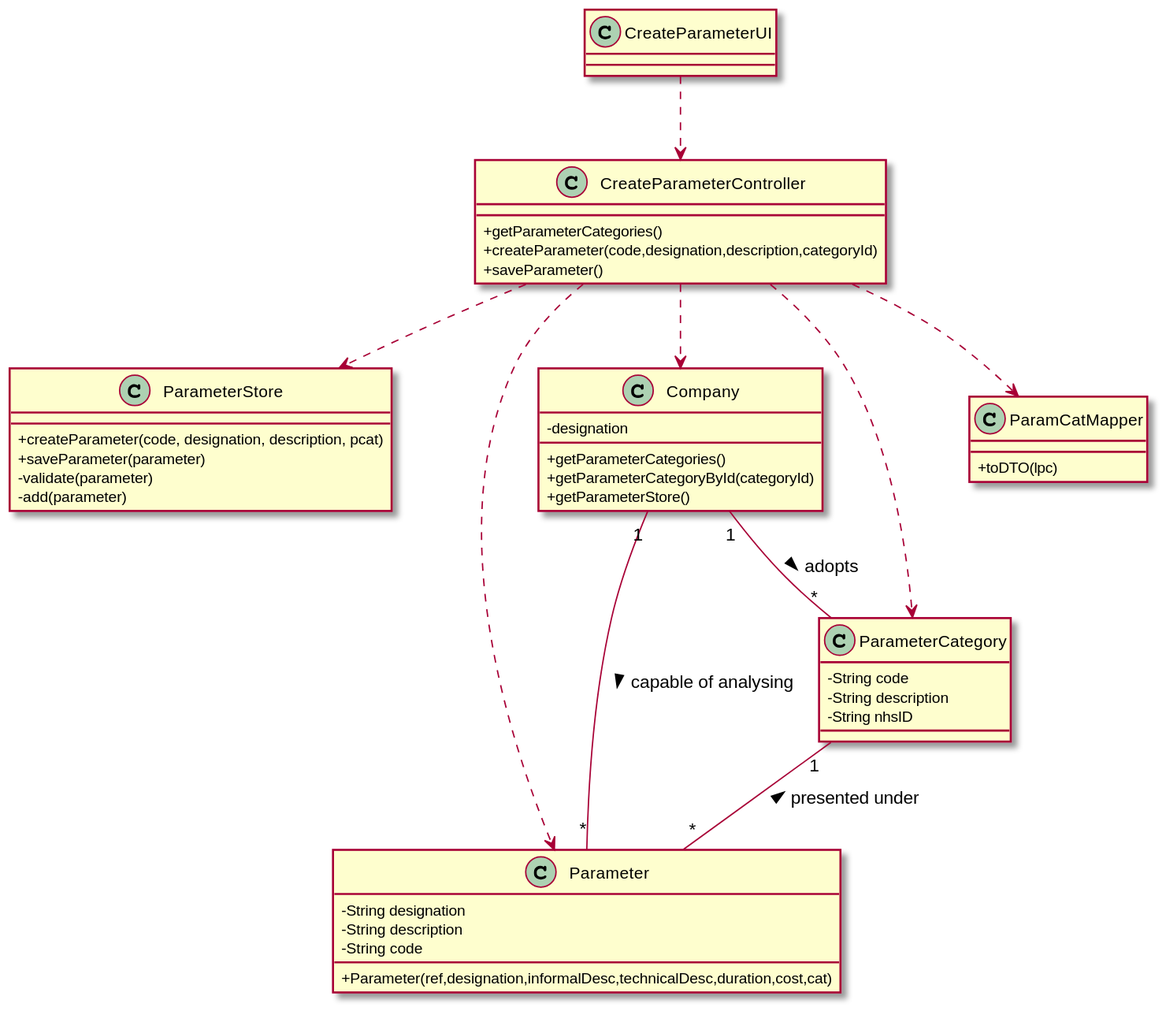
Before: docs/SprintB/US10/US10-CD.svg, a diagram exported from PlantUML (0franciscor/lei-21-s2-1de-g19).
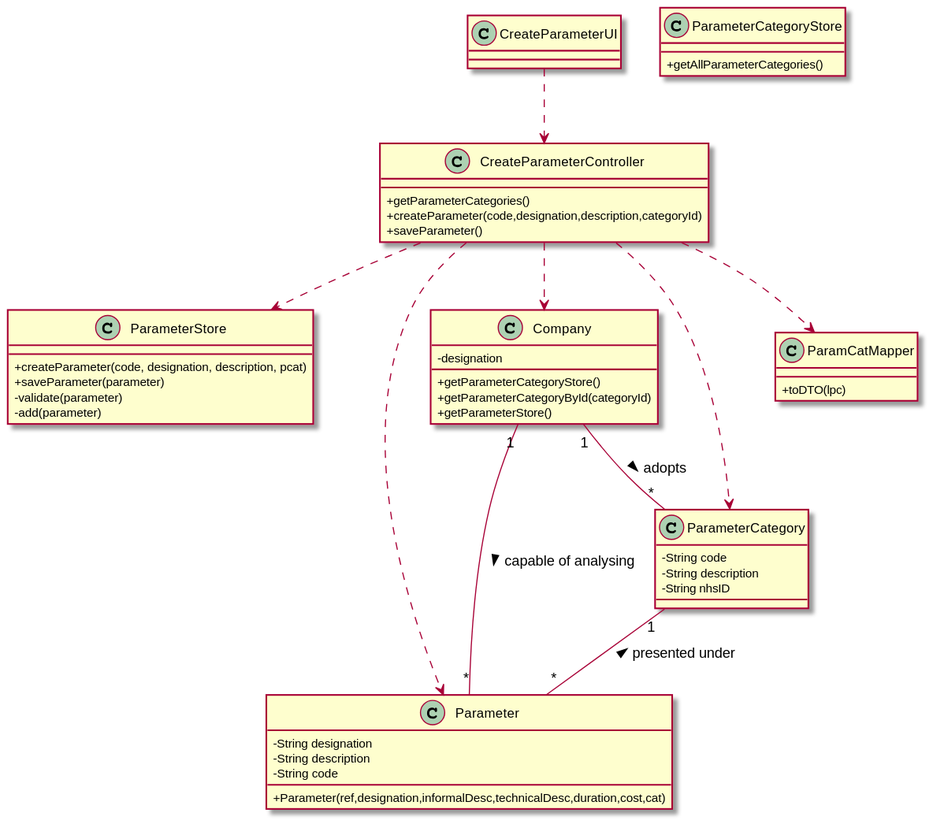
Later version of the same file.

The edit, as a diff of the source:
```diff
@@ -7,6 +7,10 @@
   +saveParameter(parameter)
   -validate(parameter)
   -add(parameter)
+}
+
+class ParameterCategoryStore{
+  +getAllParameterCategories()
 }
 
 
@@ -19,7 +23,7 @@
 
 class Company {
   -designation
-  +getParameterCategories()
+  +getParameterCategoryStore()
   +getParameterCategoryById(categoryId)
   +getParameterStore()
 }
```
